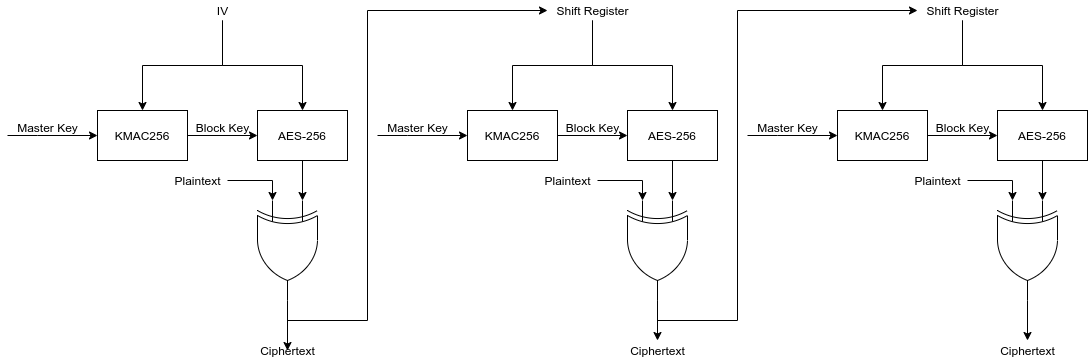
Above: images/Encryption.png in aarmono/crypto_transceiver_instructions (draw.io), before the change. Source tidied: cells renumbered, new cells last; positions are measured from the earlier drawing's top-left corner, leaving out a move shared by most shapes.
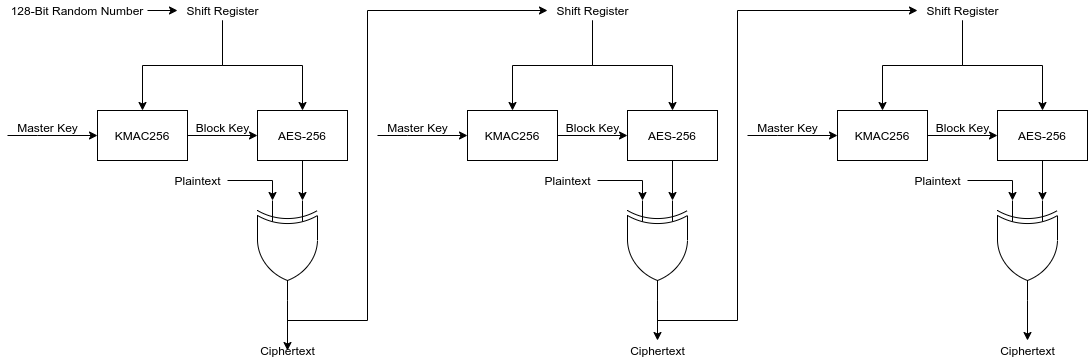
The same diagram one commit later.

Commit message:
Add documentation on headset beep on new IV Slight tweak to encryption/decryption images to better explain the shift register

What changed in the source:
```diff
@@ -35,8 +35,8 @@
     <mxCell id="10" value="Block Key" style="text;html=1;align=center;verticalAlign=middle;" parent="1" vertex="1">
       <mxGeometry x="180" y="117" width="70" height="20" as="geometry" />
     </mxCell>
-    <mxCell id="11" value="IV" style="text;html=1;align=center;verticalAlign=middle;points=[];" parent="1" vertex="1">
-      <mxGeometry x="200" width="30" height="20" as="geometry" />
+    <mxCell id="11" value="Shift Register" style="text;html=1;align=center;verticalAlign=middle;points=[];" parent="1" vertex="1">
+      <mxGeometry x="170" width="90" height="20" as="geometry" />
     </mxCell>
     <mxCell id="12" style="edgeStyle=orthogonalEdgeStyle;rounded=0;jettySize=auto;html=1;exitX=0;exitY=0.75;exitDx=0;exitDy=0;exitPerimeter=0;entryX=1;entryY=0.5;entryDx=0;entryDy=0;entryPerimeter=0;startArrow=classic;startFill=1;endArrow=none;endFill=0;" parent="1" edge="1" source="15" target="16">
       <mxGeometry relative="1" as="geometry" />
@@ -173,5 +173,11 @@
     <mxCell id="48" value="Ciphertext" style="text;html=1;align=center;verticalAlign=middle;points=[];" parent="1" vertex="1">
       <mxGeometry x="985" y="340" width="70" height="20" as="geometry" />
     </mxCell>
+    <mxCell id="49" value="128-Bit Random Number" style="text;html=1;strokeColor=none;fillColor=none;align=center;verticalAlign=middle;whiteSpace=wrap;rounded=0;" parent="1" vertex="1">
+      <mxGeometry width="140" height="20" as="geometry" />
+    </mxCell>
+    <mxCell id="50" style="endArrow=classic;html=1;exitX=1;exitY=0.5;exitDx=0;exitDy=0;" parent="1" edge="1" source="49" target="11">
+      <mxGeometry relative="1" as="geometry" />
+    </mxCell>
   </root>
 </mxGraphModel>
```
